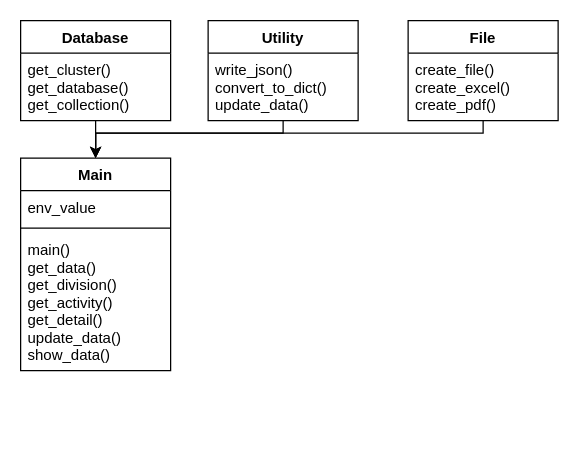
This is diagrams/api/main_class_diagram.drawio from astrantialabs/finance-recap, a draw.io file, before an edit. Source tidied: cells renumbered, new cells numbered last; positions are measured from the earlier drawing's top-left corner, leaving out a move shared by most shapes. Both pictures are drawn from the tidied source at 125%, with x=0, y=0 at pixel (20, 20).
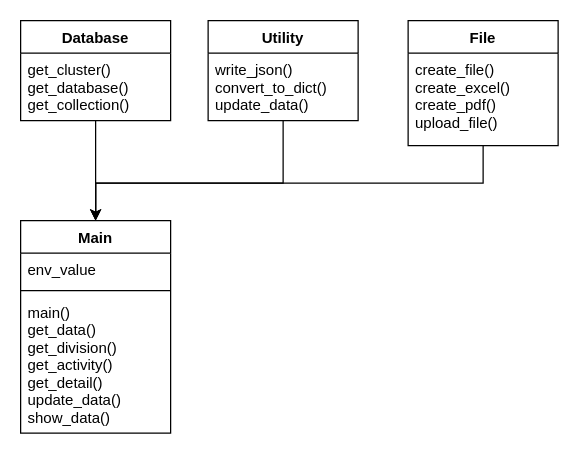
After the change.

Diff of the diagram source:
```diff
@@
 <mxGraphModel>
   <root>
     <mxCell id="0" />
     <mxCell id="1" parent="0" />
     <mxCell id="2" style="edgeStyle=orthogonalEdgeStyle;rounded=0;jettySize=auto;html=1;entryX=0.5;entryY=0;entryDx=0;entryDy=0;" parent="1" edge="1" source="3" target="8">
       <mxGeometry relative="1" as="geometry" />
     </mxCell>
     <mxCell id="3" value="Database" style="swimlane;fontStyle=1;align=center;verticalAlign=top;horizontal=1;startSize=26;" parent="1" vertex="1">
       <mxGeometry width="120" height="80" as="geometry" />
     </mxCell>
     <mxCell id="4" value="get_cluster()&#10;get_database()&#10;get_collection()&#10;" style="text;strokeColor=none;fillColor=none;align=left;verticalAlign=top;spacingLeft=4;spacingRight=4;overflow=hidden;" parent="3" vertex="1">
       <mxGeometry y="26" width="120" height="54" as="geometry" />
     </mxCell>
     <mxCell id="5" style="edgeStyle=orthogonalEdgeStyle;rounded=0;jettySize=auto;html=1;entryX=0.5;entryY=0;entryDx=0;entryDy=0;" parent="1" edge="1" source="6" target="8">
       <mxGeometry relative="1" as="geometry">
         <Array as="points">
-          <mxPoint x="210" y="90" />
-          <mxPoint x="60" y="90" />
+          <mxPoint x="210" y="130" />
+          <mxPoint x="60" y="130" />
         </Array>
       </mxGeometry>
     </mxCell>
     <mxCell id="6" value="Utility" style="swimlane;fontStyle=1;align=center;verticalAlign=top;horizontal=1;startSize=26;" parent="1" vertex="1">
       <mxGeometry x="150" width="120" height="80" as="geometry" />
     </mxCell>
     <mxCell id="7" value="write_json()&#10;convert_to_dict()&#10;update_data()" style="text;strokeColor=none;fillColor=none;align=left;verticalAlign=top;spacingLeft=4;spacingRight=4;overflow=hidden;" parent="6" vertex="1">
       <mxGeometry y="26" width="120" height="54" as="geometry" />
     </mxCell>
     <mxCell id="8" value="Main" style="swimlane;fontStyle=1;align=center;verticalAlign=top;horizontal=1;startSize=26;strokeColor=#000000;" parent="1" vertex="1">
-      <mxGeometry y="110" width="120" height="170" as="geometry" />
+      <mxGeometry y="160" width="120" height="170" as="geometry" />
     </mxCell>
     <mxCell id="9" value="env_value" style="text;strokeColor=none;fillColor=none;align=left;verticalAlign=top;spacingLeft=4;spacingRight=4;overflow=hidden;" parent="8" vertex="1">
       <mxGeometry y="26" width="120" height="26" as="geometry" />
     </mxCell>
     <mxCell id="10" style="line;strokeWidth=1;fillColor=none;align=left;verticalAlign=middle;spacingTop=-1;spacingLeft=3;spacingRight=3;labelPosition=right;" parent="8" vertex="1">
       <mxGeometry y="52" width="120" height="8" as="geometry" />
     </mxCell>
     <mxCell id="11" value="main()&#10;get_data()&#10;get_division()&#10;get_activity()&#10;get_detail()&#10;update_data()&#10;show_data()" style="text;strokeColor=none;fillColor=none;align=left;verticalAlign=top;spacingLeft=4;spacingRight=4;overflow=hidden;" parent="8" vertex="1">
       <mxGeometry y="60" width="120" height="110" as="geometry" />
     </mxCell>
     <mxCell id="12" style="edgeStyle=orthogonalEdgeStyle;rounded=0;jettySize=auto;html=1;entryX=0.5;entryY=0;entryDx=0;entryDy=0;" parent="1" edge="1" source="13" target="8">
       <mxGeometry relative="1" as="geometry">
         <Array as="points">
-          <mxPoint x="370" y="90" />
-          <mxPoint x="60" y="90" />
+          <mxPoint x="370" y="130" />
+          <mxPoint x="60" y="130" />
         </Array>
       </mxGeometry>
     </mxCell>
     <mxCell id="13" value="File" style="swimlane;fontStyle=1;align=center;verticalAlign=top;horizontal=1;startSize=26;" parent="1" vertex="1">
-      <mxGeometry x="310" width="120" height="80" as="geometry" />
+      <mxGeometry x="310" width="120" height="100" as="geometry" />
     </mxCell>
-    <mxCell id="14" value="create_file()&#10;create_excel()&#10;create_pdf()" style="text;strokeColor=none;fillColor=none;align=left;verticalAlign=top;spacingLeft=4;spacingRight=4;overflow=hidden;" parent="13" vertex="1">
-      <mxGeometry y="26" width="120" height="54" as="geometry" />
+    <mxCell id="14" value="create_file()&#10;create_excel()&#10;create_pdf()&#10;upload_file()" style="text;strokeColor=none;fillColor=none;align=left;verticalAlign=top;spacingLeft=4;spacingRight=4;overflow=hidden;" parent="13" vertex="1">
+      <mxGeometry y="26" width="120" height="74" as="geometry" />
     </mxCell>
   </root>
 </mxGraphModel>
```
